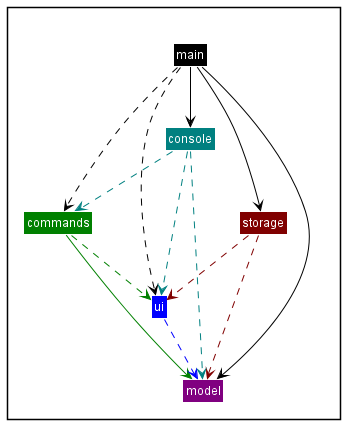
Earlier version of the PlantUML export docs/images/ArchitectureDiagram.png (williamlamjy/mTracker).
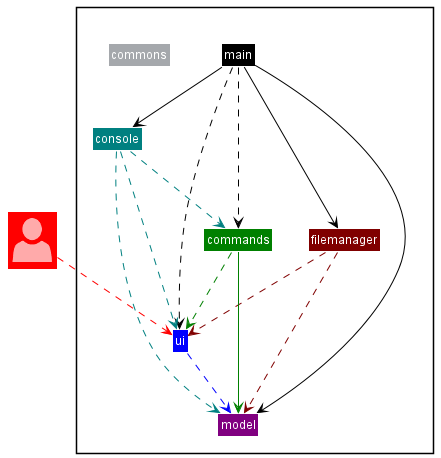
The same file after the commit.

Commit message:
Update architecture and console diagrma

What changed in the source:
```diff
@@ -1,12 +1,7 @@
 @startuml
 !include Styles.puml
-
-!define COLOR_UI COLOR_DARK_BLUE
-!define COLOR_MAIN COLOR_BLACK
-!define COLOR_COMMANDS COLOR_DARK_GREEN
-!define COLOR_CONSOLE COLOR_TEAL
-!define COLOR_MODEL COLOR_PURPLE
-!define COLOR_STORAGE COLOR_BROWN
+!include <office/Users/user>
+Class "<$user>" as User COLOR_USER
 
 Package " "<<Rectangle>>{
     Class ui COLOR_UI
@@ -14,21 +9,22 @@
     Class commands COLOR_COMMANDS
     Class console COLOR_CONSOLE
     Class model COLOR_MODEL
-    Class storage COLOR_STORAGE
-}
+    Class filemanager COLOR_STORAGE
+    Class commons COLOR_COMMONS
 
-main -down[COLOR_MAIN]-> storage
+
+main -down[COLOR_MAIN]-> filemanager
 main -down[COLOR_MAIN]-> console
 main -down[COLOR_MAIN]-> model
 main .down[COLOR_MAIN]-> commands
 main .down[COLOR_MAIN]-> ui
-storage .down[COLOR_STORAGE]->ui
-storage .down[COLOR_STORAGE]->model
+filemanager .down[COLOR_STORAGE]->ui
+filemanager .down[COLOR_STORAGE]->model
 console .down[COLOR_CONSOLE]->ui
 console .down[COLOR_CONSOLE]->model
 console .down[COLOR_CONSOLE]->commands
 commands .down[COLOR_COMMANDS]->ui
 commands -down[COLOR_COMMANDS]->model
 ui .down[COLOR_UI]->model
-
-@endum
+User ..[COLOR_USER]> ui
+@enduml
```
